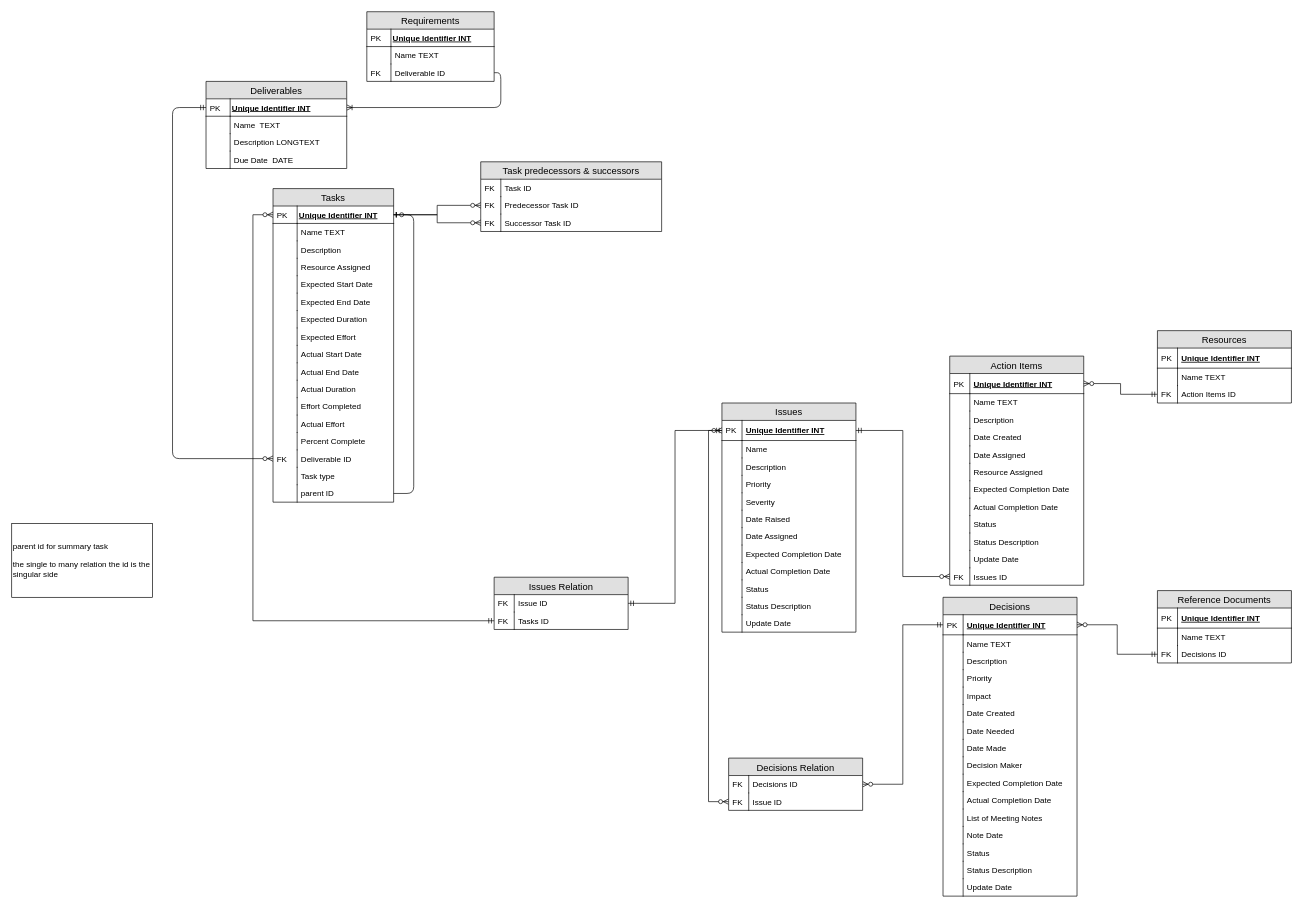
Above: ERD.drawio in alicebalayan/comp380---project3 (draw.io), before the change. Source tidied: cells renumbered, new cells numbered last; positions are measured from the earlier drawing's top-left corner, leaving out a move shared by most shapes. Both pictures are drawn from the tidied source at 67%, with x=0, y=0 at pixel (11, 11).
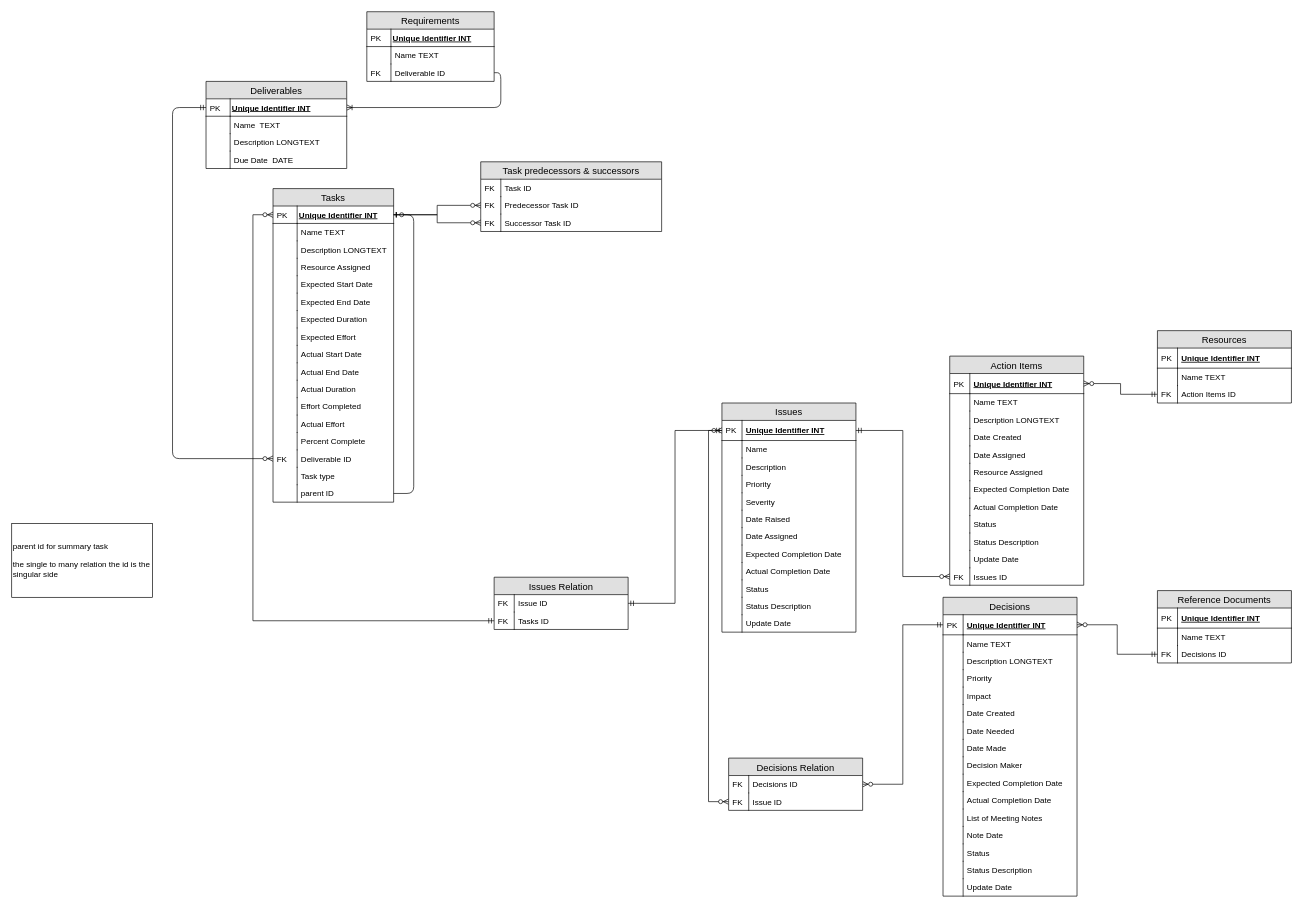
After the change.

Commit message:
update description type

Unchanged cells that the change refers to:
```xml
<mxCell id="28" value="Decisions" style="swimlane;fontStyle=0;horizontal=1;startSize=26;fillColor=#e0e0e0;swimlaneFillColor=#ffffff;align=center;fontSize=14;" parent="1" vertex="1">
  <mxGeometry x="1390" y="874" width="200" height="446" as="geometry" />
</mxCell>
<mxCell id="61" value="Action Items" style="swimlane;fontStyle=0;horizontal=1;startSize=26;fillColor=#e0e0e0;swimlaneFillColor=#ffffff;align=center;fontSize=14;" parent="1" vertex="1">
  <mxGeometry x="1400" y="514" width="200" height="342" as="geometry" />
</mxCell>
<mxCell id="99" value="Tasks" style="swimlane;fontStyle=0;horizontal=1;startSize=26;fontSize=14;fillColor=#e0e0e0;swimlaneFillColor=#ffffff;" parent="1" vertex="1">
  <mxGeometry x="390" y="264" width="180" height="468" as="geometry" />
</mxCell>
```

The edit, as a diff of the source:
```diff
@@
-    <mxCell id="33" value="Description" style="shape=partialRectangle;top=0;left=0;right=0;bottom=0;align=left;verticalAlign=top;fillColor=none;spacingLeft=34;spacingRight=4;overflow=hidden;fontSize=12;" parent="28" vertex="1">
+    <mxCell id="33" value="Description LONGTEXT" style="shape=partialRectangle;top=0;left=0;right=0;bottom=0;align=left;verticalAlign=top;fillColor=none;spacingLeft=34;spacingRight=4;overflow=hidden;fontSize=12;" parent="28" vertex="1">
       <mxGeometry y="82" width="200" height="26" as="geometry" />
     </mxCell>
@@
-    <mxCell id="66" value="Description" style="shape=partialRectangle;top=0;left=0;right=0;bottom=0;align=left;verticalAlign=top;fillColor=none;spacingLeft=34;spacingRight=4;overflow=hidden;fontSize=12;" parent="61" vertex="1">
+    <mxCell id="66" value="Description LONGTEXT" style="shape=partialRectangle;top=0;left=0;right=0;bottom=0;align=left;verticalAlign=top;fillColor=none;spacingLeft=34;spacingRight=4;overflow=hidden;fontSize=12;" parent="61" vertex="1">
       <mxGeometry y="82" width="200" height="26" as="geometry" />
     </mxCell>
@@
-    <mxCell id="104" value="Description" style="shape=partialRectangle;top=0;left=0;right=0;bottom=0;align=left;verticalAlign=top;fillColor=none;spacingLeft=40;spacingRight=4;overflow=hidden;rounded=0;shadow=0;strokeWidth=1;" parent="99" vertex="1">
+    <mxCell id="104" value="Description LONGTEXT" style="shape=partialRectangle;top=0;left=0;right=0;bottom=0;align=left;verticalAlign=top;fillColor=none;spacingLeft=40;spacingRight=4;overflow=hidden;rounded=0;shadow=0;strokeWidth=1;" parent="99" vertex="1">
       <mxGeometry y="78" width="180" height="26" as="geometry" />
     </mxCell>
```
